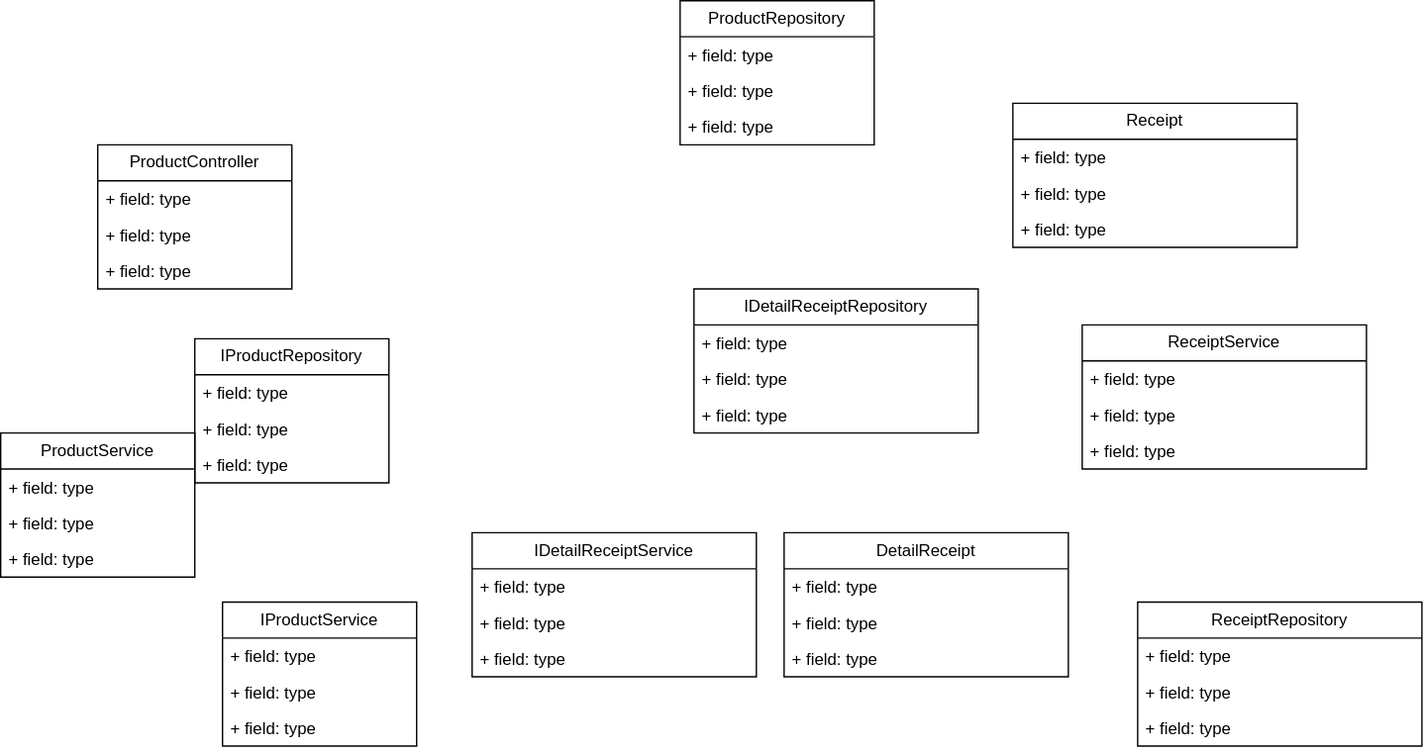
Before: apistore.svg, a diagram exported from draw.io (AlejoR147/ApiStore). Source tidied: cells renumbered, new cells last; positions are measured from the earlier drawing's top-left corner, leaving out a move shared by most shapes.
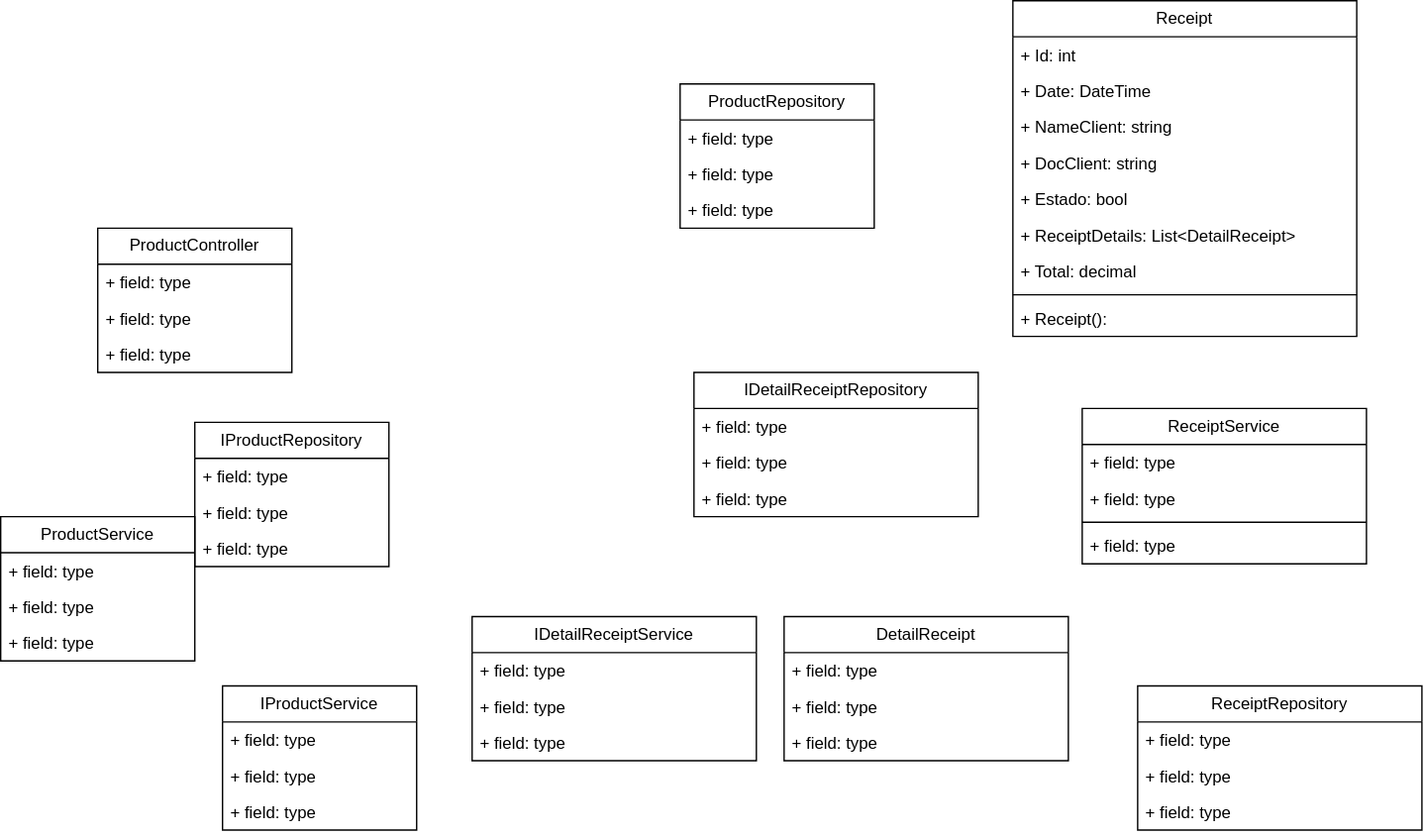
The same diagram one commit later.

Diff of the diagram source:
```diff
@@ -99,19 +99,37 @@
       <mxGeometry y="78" width="205" height="26" as="geometry" />
     </mxCell>
     <mxCell id="34" value="Receipt" style="swimlane;fontStyle=0;horizontal=1;startSize=26;fillColor=none;whiteSpace=wrap;html=1;" parent="1" vertex="1">
-      <mxGeometry x="730" y="74" width="205" height="104" as="geometry" />
+      <mxGeometry x="730" y="-60" width="248" height="242" as="geometry" />
     </mxCell>
-    <mxCell id="35" value="+ field: type" style="text;strokeColor=none;fillColor=none;align=left;verticalAlign=top;spacingLeft=4;spacingRight=4;overflow=hidden;whiteSpace=wrap;html=1;" parent="34" vertex="1">
-      <mxGeometry y="26" width="205" height="26" as="geometry" />
+    <mxCell id="35" value="+&amp;nbsp;Id&lt;span style=&quot;background-color: transparent; color: light-dark(#000000, var(--ge-light-color, #ffffff));&quot;&gt;:&amp;nbsp;&lt;/span&gt;int" style="text;strokeColor=none;fillColor=none;align=left;verticalAlign=top;spacingLeft=4;spacingRight=4;overflow=hidden;whiteSpace=wrap;html=1;" parent="34" vertex="1">
+      <mxGeometry y="26" width="248" height="26" as="geometry" />
     </mxCell>
-    <mxCell id="36" value="+ field: type" style="text;strokeColor=none;fillColor=none;align=left;verticalAlign=top;spacingLeft=4;spacingRight=4;overflow=hidden;whiteSpace=wrap;html=1;" parent="34" vertex="1">
-      <mxGeometry y="52" width="205" height="26" as="geometry" />
+    <mxCell id="36" value="+&amp;nbsp;Date&lt;span style=&quot;background-color: transparent; color: light-dark(#000000, var(--ge-light-color, #ffffff));&quot;&gt;:&amp;nbsp;&lt;/span&gt;DateTime" style="text;strokeColor=none;fillColor=none;align=left;verticalAlign=top;spacingLeft=4;spacingRight=4;overflow=hidden;whiteSpace=wrap;html=1;" parent="34" vertex="1">
+      <mxGeometry y="52" width="248" height="26" as="geometry" />
     </mxCell>
-    <mxCell id="37" value="+ field: type" style="text;strokeColor=none;fillColor=none;align=left;verticalAlign=top;spacingLeft=4;spacingRight=4;overflow=hidden;whiteSpace=wrap;html=1;" parent="34" vertex="1">
-      <mxGeometry y="78" width="205" height="26" as="geometry" />
+    <mxCell id="37" value="+ NameClient: string" style="text;strokeColor=none;fillColor=none;align=left;verticalAlign=top;spacingLeft=4;spacingRight=4;overflow=hidden;whiteSpace=wrap;html=1;" parent="34" vertex="1">
+      <mxGeometry y="78" width="248" height="26" as="geometry" />
     </mxCell>
+    <mxCell id="46" value="+ DocClient: string" style="text;strokeColor=none;fillColor=none;align=left;verticalAlign=top;spacingLeft=4;spacingRight=4;overflow=hidden;whiteSpace=wrap;html=1;" parent="34" vertex="1">
+      <mxGeometry y="104" width="248" height="26" as="geometry" />
+    </mxCell>
+    <mxCell id="47" value="+&amp;nbsp;Estado&lt;span style=&quot;background-color: transparent; color: light-dark(#000000, var(--ge-light-color, #ffffff));&quot;&gt;:&amp;nbsp;&lt;/span&gt;bool" style="text;strokeColor=none;fillColor=none;align=left;verticalAlign=top;spacingLeft=4;spacingRight=4;overflow=hidden;whiteSpace=wrap;html=1;" parent="34" vertex="1">
+      <mxGeometry y="130" width="248" height="26" as="geometry" />
+    </mxCell>
+    <mxCell id="48" value="+ ReceiptDetails: List&amp;lt;DetailReceipt&amp;gt;" style="text;strokeColor=none;fillColor=none;align=left;verticalAlign=top;spacingLeft=4;spacingRight=4;overflow=hidden;whiteSpace=wrap;html=1;" parent="34" vertex="1">
+      <mxGeometry y="156" width="248" height="26" as="geometry" />
+    </mxCell>
+    <mxCell id="49" value="+ Total: decimal" style="text;strokeColor=none;fillColor=none;align=left;verticalAlign=top;spacingLeft=4;spacingRight=4;overflow=hidden;whiteSpace=wrap;html=1;" parent="34" vertex="1">
+      <mxGeometry y="182" width="248" height="26" as="geometry" />
+    </mxCell>
+    <mxCell id="50" style="line;strokeWidth=1;fillColor=none;align=left;verticalAlign=middle;spacingTop=-1;spacingLeft=3;spacingRight=3;labelPosition=right;strokeColor=inherit;labelPerimeter=1;" parent="34" vertex="1">
+      <mxGeometry y="208" width="248" height="8" as="geometry" />
+    </mxCell>
+    <mxCell id="51" value="+ &lt;span style=&quot;text-align: center;&quot;&gt;Receipt():&lt;/span&gt;" style="text;strokeColor=none;fillColor=none;align=left;verticalAlign=top;spacingLeft=4;spacingRight=4;overflow=hidden;whiteSpace=wrap;html=1;" parent="34" vertex="1">
+      <mxGeometry y="216" width="248" height="26" as="geometry" />
+    </mxCell>
     <mxCell id="38" value="ReceiptService" style="swimlane;fontStyle=0;horizontal=1;startSize=26;fillColor=none;whiteSpace=wrap;html=1;" parent="1" vertex="1">
-      <mxGeometry x="780" y="234" width="205" height="104" as="geometry" />
+      <mxGeometry x="780" y="234" width="205" height="112" as="geometry" />
     </mxCell>
     <mxCell id="39" value="+ field: type" style="text;strokeColor=none;fillColor=none;align=left;verticalAlign=top;spacingLeft=4;spacingRight=4;overflow=hidden;whiteSpace=wrap;html=1;" parent="38" vertex="1">
       <mxGeometry y="26" width="205" height="26" as="geometry" />
@@ -119,8 +137,11 @@
     <mxCell id="40" value="+ field: type" style="text;strokeColor=none;fillColor=none;align=left;verticalAlign=top;spacingLeft=4;spacingRight=4;overflow=hidden;whiteSpace=wrap;html=1;" parent="38" vertex="1">
       <mxGeometry y="52" width="205" height="26" as="geometry" />
     </mxCell>
+    <mxCell id="52" style="line;strokeWidth=1;fillColor=none;align=left;verticalAlign=middle;spacingTop=-1;spacingLeft=3;spacingRight=3;labelPosition=right;strokeColor=inherit;labelPerimeter=1;" parent="38" vertex="1">
+      <mxGeometry y="78" width="205" height="8" as="geometry" />
+    </mxCell>
     <mxCell id="41" value="+ field: type" style="text;strokeColor=none;fillColor=none;align=left;verticalAlign=top;spacingLeft=4;spacingRight=4;overflow=hidden;whiteSpace=wrap;html=1;" parent="38" vertex="1">
-      <mxGeometry y="78" width="205" height="26" as="geometry" />
+      <mxGeometry y="86" width="205" height="26" as="geometry" />
     </mxCell>
     <mxCell id="42" value="ReceiptRepository" style="swimlane;fontStyle=0;horizontal=1;startSize=26;fillColor=none;whiteSpace=wrap;html=1;" parent="1" vertex="1">
       <mxGeometry x="820" y="434" width="205" height="104" as="geometry" />
```
